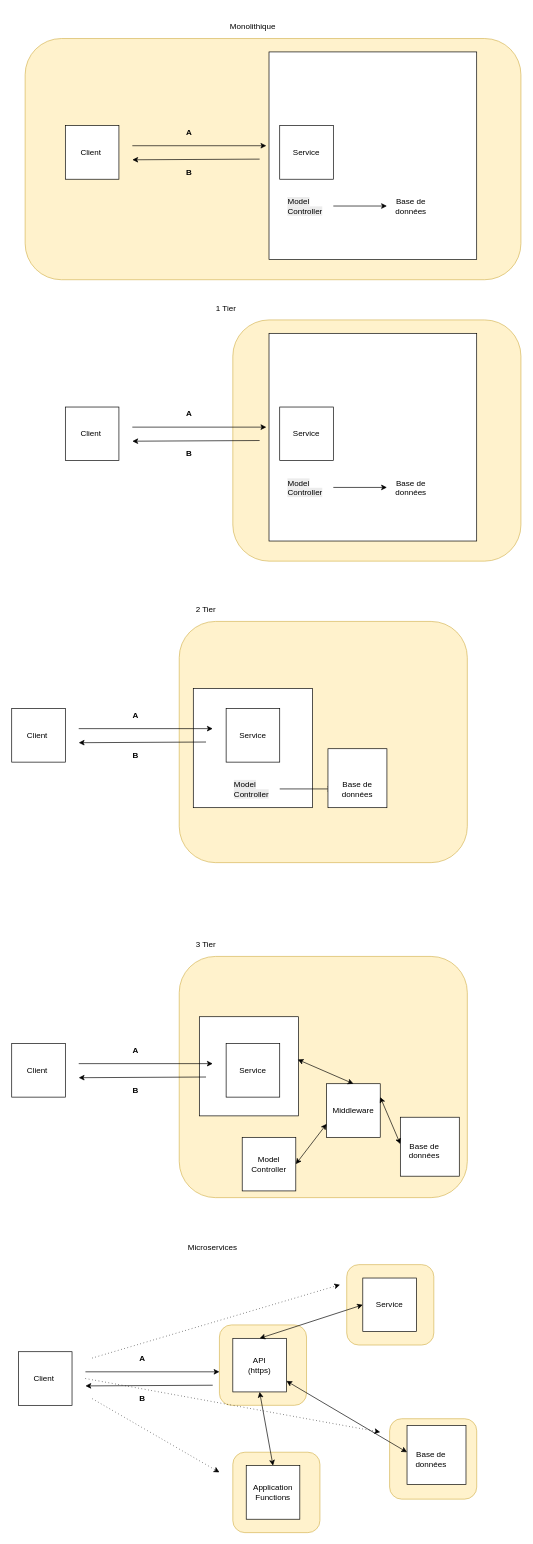
This is TierNMicroservices.drawio from infocidc/7AX73-CloudComputing, a draw.io file, before an edit. Source tidied: cells renumbered, new cells numbered last; positions are measured from the earlier drawing's top-left corner, leaving out a move shared by most shapes. Both pictures are drawn from the tidied source at 67%, with x=0, y=0 at pixel (11, 11).
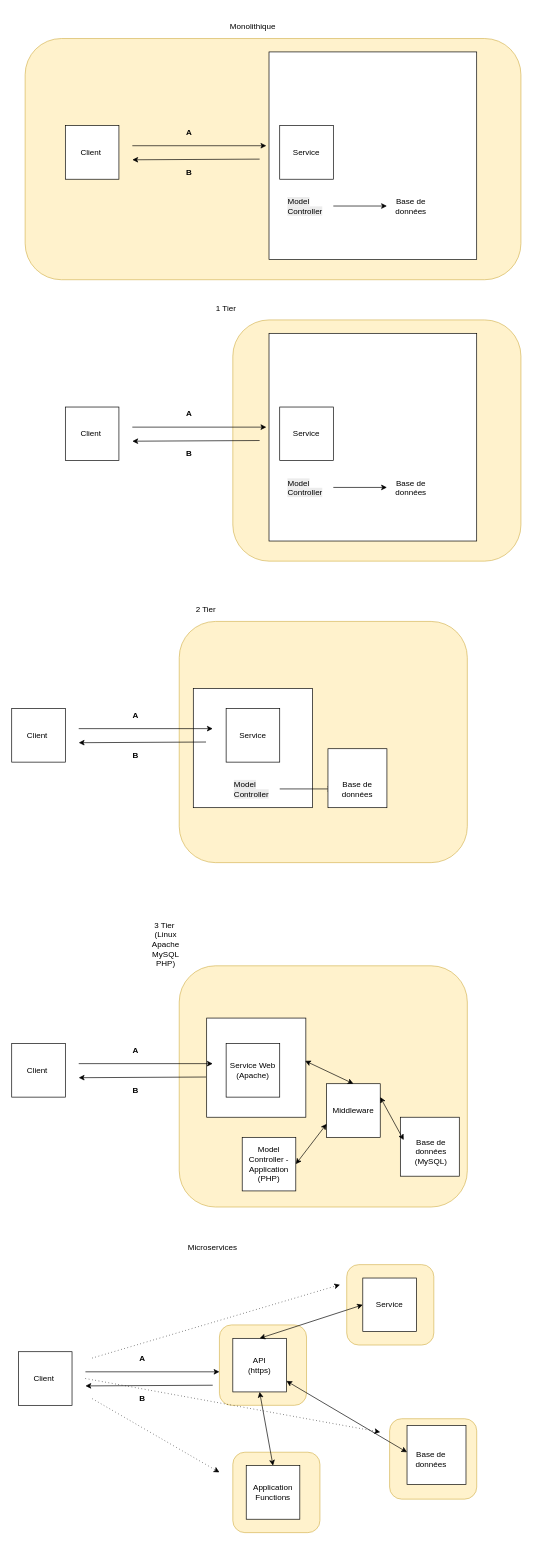
The same diagram, later.

Change to the diagram source:
```diff
@@
     <mxCell id="42" style="rounded=1;whiteSpace=wrap;html=1;fillColor=#fff2cc;strokeColor=#d6b656;" parent="1" vertex="1">
-      <mxGeometry x="250" y="1410" width="430" height="360" as="geometry" />
+      <mxGeometry x="250" y="1424" width="430" height="360" as="geometry" />
     </mxCell>
     <mxCell id="43" style="whiteSpace=wrap;html=1;" parent="1" vertex="1">
-      <mxGeometry x="280" y="1500" width="148" height="148" as="geometry" />
+      <mxGeometry x="291" y="1502" width="148" height="148" as="geometry" />
     </mxCell>
@@
-    <mxCell id="45" value="Service" style="whiteSpace=wrap;html=1;" parent="1" vertex="1">
+    <mxCell id="45" value="Service Web&lt;br&gt;(Apache)" style="whiteSpace=wrap;html=1;" parent="1" vertex="1">
       <mxGeometry x="320" y="1540" width="80" height="80" as="geometry" />
     </mxCell>
@@
-    <mxCell id="51" value="&lt;div style=&quot;text-align: center;&quot;&gt;Base de données&lt;/div&gt;" style="text;whiteSpace=wrap;html=1;" parent="1" vertex="1">
-      <mxGeometry x="580" y="1680" width="70" height="40" as="geometry" />
+    <mxCell id="51" value="&lt;div style=&quot;text-align: center;&quot;&gt;Base de données&lt;/div&gt;&lt;div style=&quot;text-align: center;&quot;&gt;(MySQL)&lt;/div&gt;" style="text;whiteSpace=wrap;html=1;" parent="1" vertex="1">
+      <mxGeometry x="585" y="1674" width="80" height="40" as="geometry" />
     </mxCell>
-    <mxCell id="52" value="&lt;br&gt;&lt;div&gt;3 Tier&lt;/div&gt;" style="text;html=1;align=center;verticalAlign=middle;whiteSpace=wrap;rounded=0;" parent="1" vertex="1">
-      <mxGeometry x="260" y="1370" width="60" height="30" as="geometry" />
+    <mxCell id="52" value="&lt;br&gt;&lt;div&gt;3 Tier&amp;nbsp;&lt;/div&gt;&lt;div&gt;(Linux&lt;br&gt;Apache&lt;br&gt;MySQL&lt;br&gt;PHP)&lt;/div&gt;" style="text;html=1;align=center;verticalAlign=middle;whiteSpace=wrap;rounded=0;" parent="1" vertex="1">
+      <mxGeometry x="180" y="1370" width="100" height="30" as="geometry" />
     </mxCell>
@@
-    <mxCell id="54" value="Model&lt;br&gt;Controller" style="whiteSpace=wrap;html=1;" parent="1" vertex="1">
+    <mxCell id="54" value="Model&lt;br&gt;Controller - Application&lt;br&gt;(PHP)" style="whiteSpace=wrap;html=1;" parent="1" vertex="1">
       <mxGeometry x="344" y="1680" width="80" height="80" as="geometry" />
     </mxCell>
```
